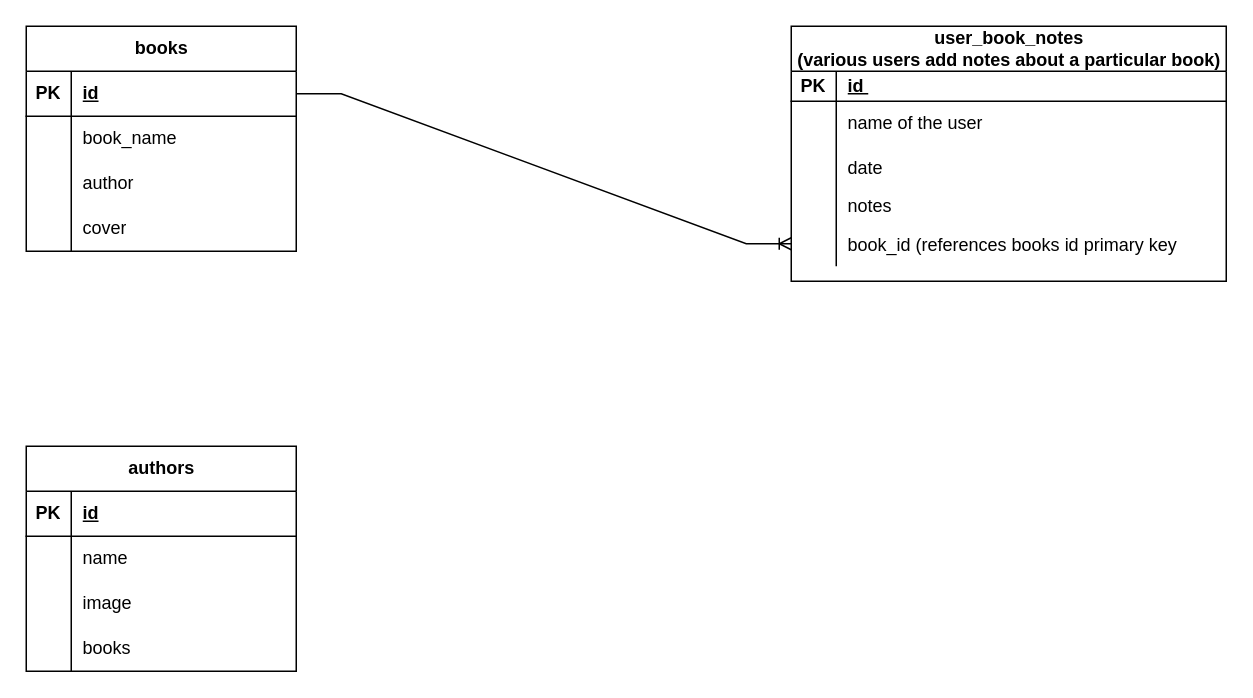
Earlier version of the draw.io diagram Untitled Diagram.drawio (adrinorosario/silver-giggle). Source tidied: cells renumbered, new cells numbered last; positions are measured from the earlier drawing's top-left corner, leaving out a move shared by most shapes. Both pictures are drawn from the tidied source at 150%, with x=0, y=0 at pixel (26, 26).
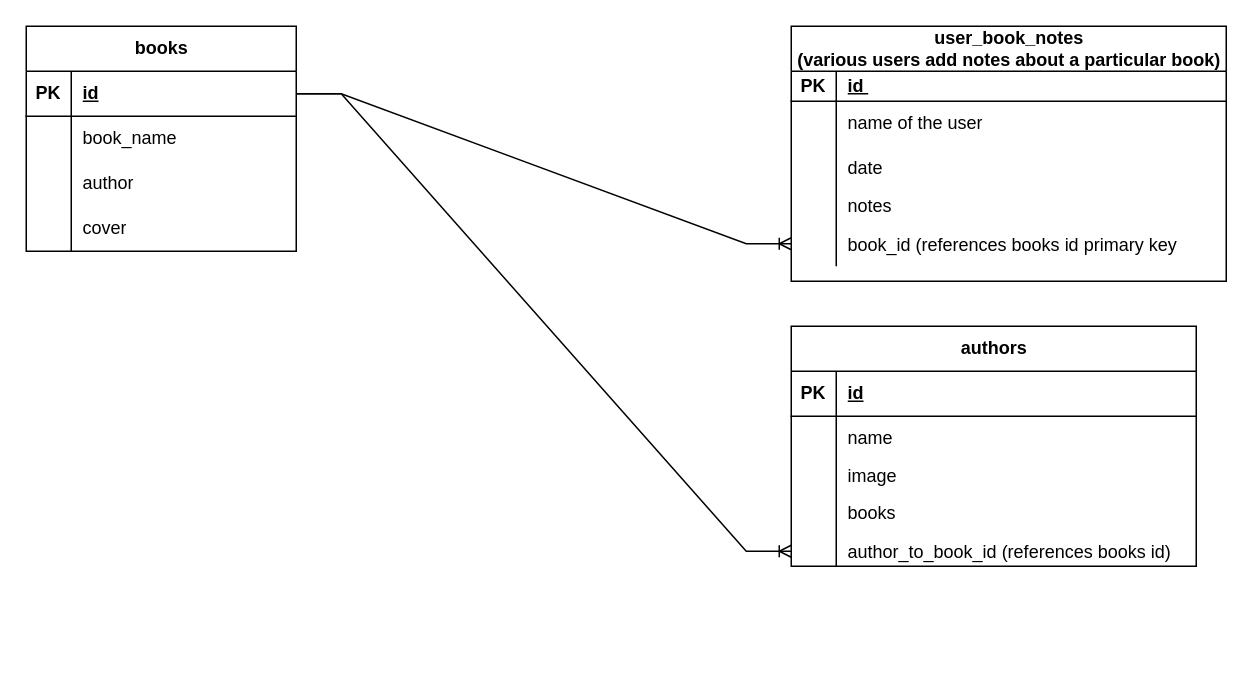
The same diagram, later.

The change refers to these unchanged cells:
```xml
<mxCell id="3" style="shape=tableRow;horizontal=0;startSize=0;swimlaneHead=0;swimlaneBody=0;fillColor=none;points=[[0,0.5],[1,0.5]];portConstraint=eastwest;top=0;left=0;right=0;bottom=1;" parent="2" vertex="1">
  <mxGeometry y="30" width="180" height="30" as="geometry" />
</mxCell>
<mxCell id="28" style="shape=tableRow;horizontal=0;startSize=0;swimlaneHead=0;swimlaneBody=0;fillColor=none;points=[[0,0.5],[1,0.5]];portConstraint=eastwest;top=0;left=0;right=0;bottom=0;" parent="15" vertex="1">
  <mxGeometry y="130" width="290" height="30" as="geometry" />
</mxCell>
```

Diff of the diagram source:
```diff
@@
-    <mxCell id="31" style="edgeStyle=entityRelationEdgeStyle;fontSize=12;html=1;endArrow=ERoneToMany;rounded=0;exitX=1;exitY=0.5;exitDx=0;exitDy=0;entryX=0;entryY=0.5;entryDx=0;entryDy=0;" parent="1" edge="1" source="3" target="28">
+    <mxCell id="31" style="edgeStyle=entityRelationEdgeStyle;fontSize=12;html=1;endArrow=ERoneToMany;rounded=0;exitX=1;exitY=0.5;exitDx=0;exitDy=0;" parent="1" edge="1" source="3" target="28">
       <mxGeometry relative="1" as="geometry">
         <Array as="points">
           <mxPoint x="290" y="60" />
           <mxPoint x="380" y="100" />
         </Array>
       </mxGeometry>
     </mxCell>
     <mxCell id="32" value="authors" style="shape=table;startSize=30;childLayout=tableLayout;rowLines=0;fontStyle=1;align=center;html=1;" parent="1" vertex="1">
-      <mxGeometry y="280" width="180" height="150" as="geometry" />
+      <mxGeometry x="510" y="200" width="270" height="160" as="geometry" />
     </mxCell>
     <mxCell id="33" style="shape=tableRow;horizontal=0;startSize=0;swimlaneHead=0;swimlaneBody=0;fillColor=none;top=0;left=0;right=0;bottom=1;" parent="32" vertex="1">
-      <mxGeometry y="30" width="180" height="30" as="geometry" />
+      <mxGeometry y="30" width="270" height="30" as="geometry" />
     </mxCell>
@@
     <mxCell id="35" value="id" style="shape=partialRectangle;fillColor=none;top=0;left=0;bottom=0;right=0;align=left;spacingLeft=6;fontStyle=5;overflow=hidden;whiteSpace=wrap;html=1;" parent="33" vertex="1">
-      <mxGeometry x="30" width="150" height="30" as="geometry" />
+      <mxGeometry x="30" width="240" height="30" as="geometry" />
     </mxCell>
     <mxCell id="36" style="shape=tableRow;horizontal=0;startSize=0;swimlaneHead=0;swimlaneBody=0;fillColor=none;top=0;left=0;right=0;bottom=0;" parent="32" vertex="1">
-      <mxGeometry y="60" width="180" height="30" as="geometry" />
+      <mxGeometry y="60" width="270" height="30" as="geometry" />
     </mxCell>
@@
     <mxCell id="38" value="name" style="shape=partialRectangle;fillColor=none;top=0;left=0;bottom=0;right=0;align=left;spacingLeft=6;overflow=hidden;whiteSpace=wrap;html=1;" parent="36" vertex="1">
-      <mxGeometry x="30" width="150" height="30" as="geometry" />
+      <mxGeometry x="30" width="240" height="30" as="geometry" />
     </mxCell>
     <mxCell id="39" style="shape=tableRow;horizontal=0;startSize=0;swimlaneHead=0;swimlaneBody=0;fillColor=none;top=0;left=0;right=0;bottom=0;" parent="32" vertex="1">
-      <mxGeometry y="90" width="180" height="30" as="geometry" />
+      <mxGeometry y="90" width="270" height="20" as="geometry" />
     </mxCell>
     <mxCell id="40" style="shape=partialRectangle;fillColor=none;top=0;left=0;bottom=0;right=0;overflow=hidden;whiteSpace=wrap;html=1;" parent="39" vertex="1">
-      <mxGeometry width="30" height="30" as="geometry" />
+      <mxGeometry width="30" height="20" as="geometry" />
     </mxCell>
     <mxCell id="41" value="image" style="shape=partialRectangle;fillColor=none;top=0;left=0;bottom=0;right=0;align=left;spacingLeft=6;overflow=hidden;whiteSpace=wrap;html=1;" parent="39" vertex="1">
-      <mxGeometry x="30" width="150" height="30" as="geometry" />
+      <mxGeometry x="30" width="240" height="20" as="geometry" />
     </mxCell>
     <mxCell id="42" style="shape=tableRow;horizontal=0;startSize=0;swimlaneHead=0;swimlaneBody=0;fillColor=none;top=0;left=0;right=0;bottom=0;" parent="32" vertex="1">
-      <mxGeometry y="120" width="180" height="30" as="geometry" />
+      <mxGeometry y="110" width="270" height="30" as="geometry" />
     </mxCell>
@@
     <mxCell id="44" value="books" style="shape=partialRectangle;fillColor=none;top=0;left=0;bottom=0;right=0;align=left;spacingLeft=6;overflow=hidden;whiteSpace=wrap;html=1;" parent="42" vertex="1">
-      <mxGeometry x="30" width="150" height="30" as="geometry" />
+      <mxGeometry x="30" width="240" height="30" as="geometry" />
     </mxCell>
+    <mxCell id="45" style="shape=tableRow;horizontal=0;startSize=0;swimlaneHead=0;swimlaneBody=0;fillColor=none;points=[[0,0.5],[1,0.5]];portConstraint=eastwest;top=0;left=0;right=0;bottom=0;" parent="32" vertex="1">
+      <mxGeometry y="140" width="270" height="20" as="geometry" />
+    </mxCell>
+    <mxCell id="46" style="shape=partialRectangle;fillColor=none;top=0;left=0;bottom=0;right=0;overflow=hidden;" parent="45" vertex="1">
+      <mxGeometry width="30" height="20" as="geometry" />
+    </mxCell>
+    <mxCell id="47" value="author_to_book_id (references books id)" style="shape=partialRectangle;fillColor=none;top=0;left=0;bottom=0;right=0;align=left;spacingLeft=6;overflow=hidden;" parent="45" vertex="1">
+      <mxGeometry x="30" width="240" height="20" as="geometry" />
+    </mxCell>
+    <mxCell id="48" style="edgeStyle=entityRelationEdgeStyle;fontSize=12;html=1;endArrow=ERoneToMany;rounded=0;exitX=1;exitY=0.5;exitDx=0;exitDy=0;" parent="1" edge="1" source="3" target="45">
+      <mxGeometry relative="1" as="geometry" />
+    </mxCell>
```
